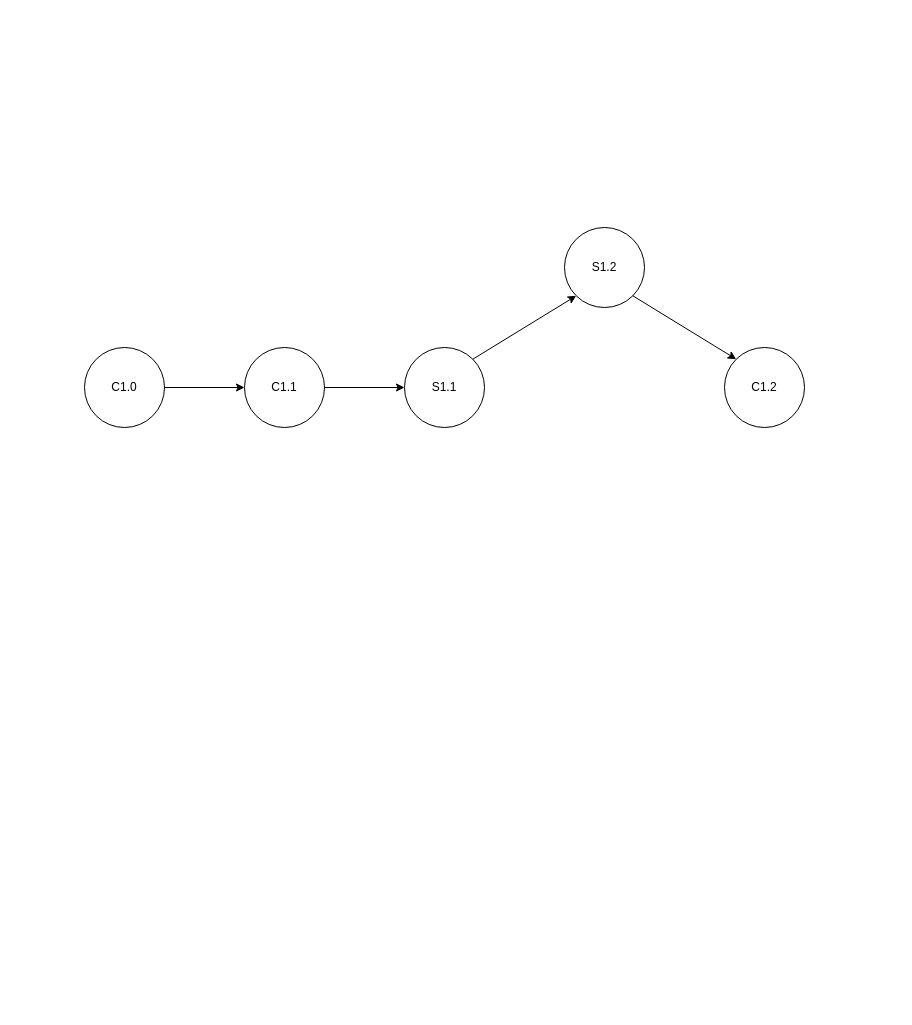
The draw.io diagram Diagramme sans nom.drawio in CodeNelFey/diagramms, before the edit. Source tidied: cells renumbered, new cells numbered last; positions are measured from the earlier drawing's top-left corner, leaving out a move shared by most shapes. Both pictures are drawn from the tidied source at 100%, with x=0, y=0 at pixel (84, 227).
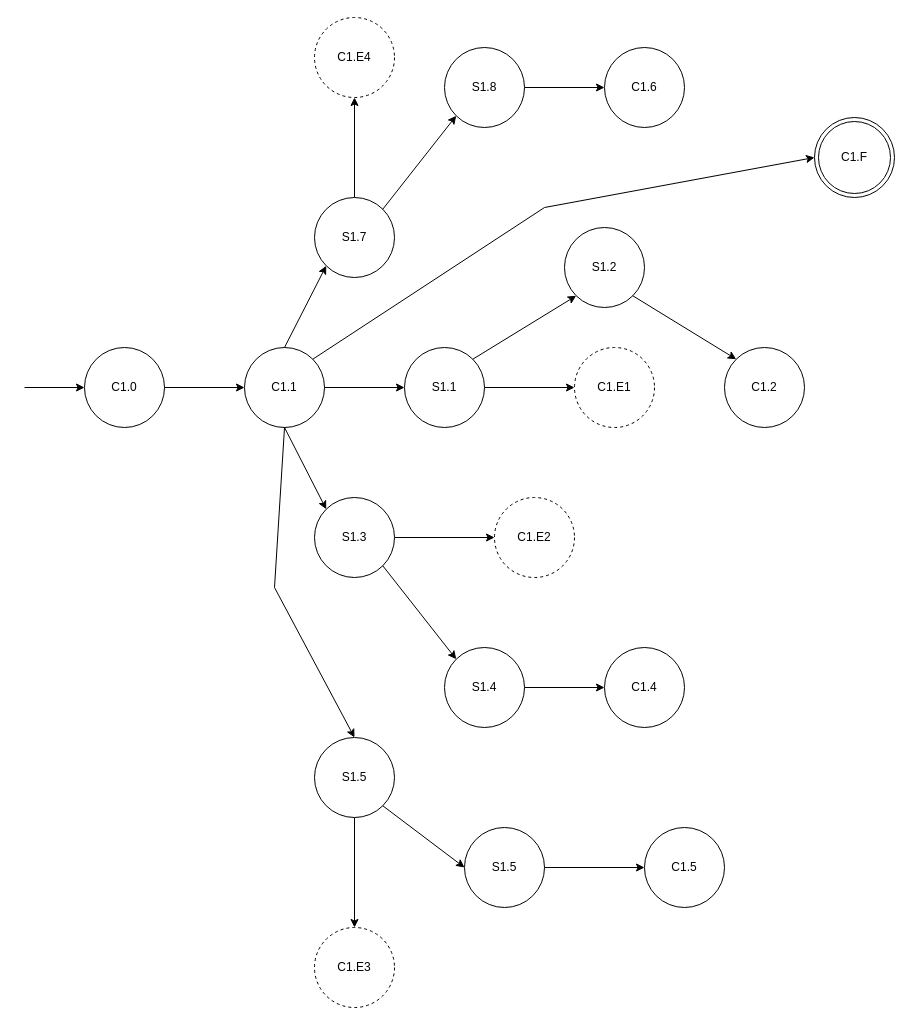
The same page after the edit.

Unchanged cells that the change refers to:
```xml
<mxCell id="3" value="&lt;div&gt;C1.1&lt;/div&gt;" style="ellipse;whiteSpace=wrap;html=1;" parent="1" vertex="1">
  <mxGeometry x="160" y="120" width="80" height="80" as="geometry" />
</mxCell>
<mxCell id="4" value="&lt;div&gt;S1.1&lt;/div&gt;" style="ellipse;whiteSpace=wrap;html=1;" parent="1" vertex="1">
  <mxGeometry x="320" y="120" width="80" height="80" as="geometry" />
</mxCell>
```

Change to the diagram source:
```diff
@@
+    <mxCell id="11" style="edgeStyle=orthogonalEdgeStyle;rounded=0;jettySize=auto;html=1;" parent="1" edge="1" source="4" target="30">
+      <mxGeometry relative="1" as="geometry" />
+    </mxCell>
@@
+    <mxCell id="12" value="&lt;div&gt;S1.8&lt;/div&gt;" style="ellipse;whiteSpace=wrap;html=1;" parent="1" vertex="1">
+      <mxGeometry x="360" y="-180" width="80" height="80" as="geometry" />
+    </mxCell>
+    <mxCell id="13" style="edgeStyle=orthogonalEdgeStyle;rounded=0;jettySize=auto;html=1;exitX=0.5;exitY=0;exitDx=0;exitDy=0;entryX=0.5;entryY=1;entryDx=0;entryDy=0;" parent="1" edge="1" source="14" target="32">
+      <mxGeometry relative="1" as="geometry" />
+    </mxCell>
+    <mxCell id="14" value="&lt;div&gt;S1.7&lt;/div&gt;" style="ellipse;whiteSpace=wrap;html=1;" parent="1" vertex="1">
+      <mxGeometry x="230" y="-30" width="80" height="80" as="geometry" />
+    </mxCell>
+    <mxCell id="15" value="&lt;div&gt;C1.6&lt;/div&gt;" style="ellipse;whiteSpace=wrap;html=1;" parent="1" vertex="1">
+      <mxGeometry x="520" y="-180" width="80" height="80" as="geometry" />
+    </mxCell>
+    <mxCell id="16" value="C1.F" style="ellipse;shape=doubleEllipse;whiteSpace=wrap;html=1;" parent="1" vertex="1">
+      <mxGeometry x="730" y="-110" width="80" height="80" as="geometry" />
+    </mxCell>
+    <mxCell id="17" style="endArrow=classic;html=1;rounded=0;" parent="1" edge="1">
+      <mxGeometry relative="1" as="geometry">
+        <mxPoint x="-60" y="160" as="sourcePoint" />
+        <mxPoint y="160" as="targetPoint" />
+      </mxGeometry>
+    </mxCell>
+    <mxCell id="18" style="endArrow=classic;html=1;rounded=0;exitX=0.5;exitY=0;exitDx=0;exitDy=0;entryX=0;entryY=1;entryDx=0;entryDy=0;" parent="1" edge="1" source="3" target="14">
+      <mxGeometry relative="1" as="geometry" />
+    </mxCell>
+    <mxCell id="19" style="endArrow=classic;html=1;rounded=0;exitX=1;exitY=0;exitDx=0;exitDy=0;entryX=0;entryY=1;entryDx=0;entryDy=0;" parent="1" edge="1" source="14" target="12">
+      <mxGeometry relative="1" as="geometry" />
+    </mxCell>
+    <mxCell id="20" style="endArrow=classic;html=1;rounded=0;exitX=1;exitY=0.5;exitDx=0;exitDy=0;entryX=0;entryY=0.5;entryDx=0;entryDy=0;" parent="1" edge="1" source="12" target="15">
+      <mxGeometry relative="1" as="geometry" />
+    </mxCell>
+    <mxCell id="21" style="endArrow=classic;html=1;rounded=0;exitX=1;exitY=0;exitDx=0;exitDy=0;entryX=0;entryY=0.5;entryDx=0;entryDy=0;" parent="1" edge="1" source="3" target="16">
+      <mxGeometry relative="1" as="geometry">
+        <Array as="points">
+          <mxPoint x="460" y="-20" />
+        </Array>
+      </mxGeometry>
+    </mxCell>
+    <mxCell id="22" style="edgeStyle=orthogonalEdgeStyle;rounded=0;jettySize=auto;html=1;exitX=1;exitY=0.5;exitDx=0;exitDy=0;entryX=0;entryY=0.5;entryDx=0;entryDy=0;" parent="1" edge="1" source="23" target="29">
+      <mxGeometry relative="1" as="geometry" />
+    </mxCell>
+    <mxCell id="23" value="S1.3" style="ellipse;whiteSpace=wrap;html=1;" parent="1" vertex="1">
+      <mxGeometry x="230" y="270" width="80" height="80" as="geometry" />
+    </mxCell>
+    <mxCell id="24" value="S1.4" style="ellipse;whiteSpace=wrap;html=1;" parent="1" vertex="1">
+      <mxGeometry x="360" y="420" width="80" height="80" as="geometry" />
+    </mxCell>
+    <mxCell id="25" value="C1.4" style="ellipse;whiteSpace=wrap;html=1;" parent="1" vertex="1">
+      <mxGeometry x="520" y="420" width="80" height="80" as="geometry" />
+    </mxCell>
+    <mxCell id="26" style="endArrow=classic;html=1;rounded=0;exitX=1;exitY=1;exitDx=0;exitDy=0;entryX=0;entryY=0;entryDx=0;entryDy=0;" parent="1" edge="1" source="23" target="24">
+      <mxGeometry relative="1" as="geometry" />
+    </mxCell>
+    <mxCell id="27" style="endArrow=classic;html=1;rounded=0;exitX=0.5;exitY=1;exitDx=0;exitDy=0;entryX=0;entryY=0;entryDx=0;entryDy=0;" parent="1" edge="1" source="3" target="23">
+      <mxGeometry relative="1" as="geometry" />
+    </mxCell>
+    <mxCell id="28" style="endArrow=classic;html=1;rounded=0;exitX=1;exitY=0.5;exitDx=0;exitDy=0;entryX=0;entryY=0.5;entryDx=0;entryDy=0;" parent="1" edge="1" source="24" target="25">
+      <mxGeometry relative="1" as="geometry" />
+    </mxCell>
+    <mxCell id="29" value="C1.E2" style="ellipse;whiteSpace=wrap;html=1;align=center;dashed=1;" parent="1" vertex="1">
+      <mxGeometry x="410" y="270" width="80" height="80" as="geometry" />
+    </mxCell>
+    <mxCell id="30" value="C1.E1" style="ellipse;whiteSpace=wrap;html=1;align=center;dashed=1;" parent="1" vertex="1">
+      <mxGeometry x="490" y="120" width="80" height="80" as="geometry" />
+    </mxCell>
+    <mxCell id="31" value="C1.E3" style="ellipse;whiteSpace=wrap;html=1;align=center;dashed=1;" parent="1" vertex="1">
+      <mxGeometry x="230" y="700" width="80" height="80" as="geometry" />
+    </mxCell>
+    <mxCell id="32" value="C1.E4" style="ellipse;whiteSpace=wrap;html=1;align=center;dashed=1;" parent="1" vertex="1">
+      <mxGeometry x="230" y="-210" width="80" height="80" as="geometry" />
+    </mxCell>
+    <mxCell id="33" style="edgeStyle=orthogonalEdgeStyle;rounded=0;jettySize=auto;html=1;exitX=0.5;exitY=1;exitDx=0;exitDy=0;entryX=0.5;entryY=0;entryDx=0;entryDy=0;" parent="1" edge="1" source="34" target="31">
+      <mxGeometry relative="1" as="geometry" />
+    </mxCell>
+    <mxCell id="34" value="S1.5" style="ellipse;whiteSpace=wrap;html=1;" parent="1" vertex="1">
+      <mxGeometry x="230" y="510" width="80" height="80" as="geometry" />
+    </mxCell>
+    <mxCell id="35" value="S1.5" style="ellipse;whiteSpace=wrap;html=1;" parent="1" vertex="1">
+      <mxGeometry x="380" y="600" width="80" height="80" as="geometry" />
+    </mxCell>
+    <mxCell id="36" value="C1.5" style="ellipse;whiteSpace=wrap;html=1;" parent="1" vertex="1">
+      <mxGeometry x="560" y="600" width="80" height="80" as="geometry" />
+    </mxCell>
+    <mxCell id="37" style="endArrow=classic;html=1;rounded=0;entryX=0.5;entryY=0;entryDx=0;entryDy=0;exitX=0.5;exitY=1;exitDx=0;exitDy=0;" parent="1" edge="1" source="3" target="34">
+      <mxGeometry relative="1" as="geometry">
+        <Array as="points">
+          <mxPoint x="190" y="360" />
+        </Array>
+      </mxGeometry>
+    </mxCell>
+    <mxCell id="38" style="endArrow=classic;html=1;rounded=0;exitX=1;exitY=1;exitDx=0;exitDy=0;entryX=0;entryY=0.5;entryDx=0;entryDy=0;" parent="1" edge="1" source="34" target="35">
+      <mxGeometry relative="1" as="geometry" />
+    </mxCell>
+    <mxCell id="39" style="endArrow=classic;html=1;rounded=0;exitX=1;exitY=0.5;exitDx=0;exitDy=0;entryX=0;entryY=0.5;entryDx=0;entryDy=0;" parent="1" edge="1" source="35" target="36">
+      <mxGeometry relative="1" as="geometry" />
+    </mxCell>
```
